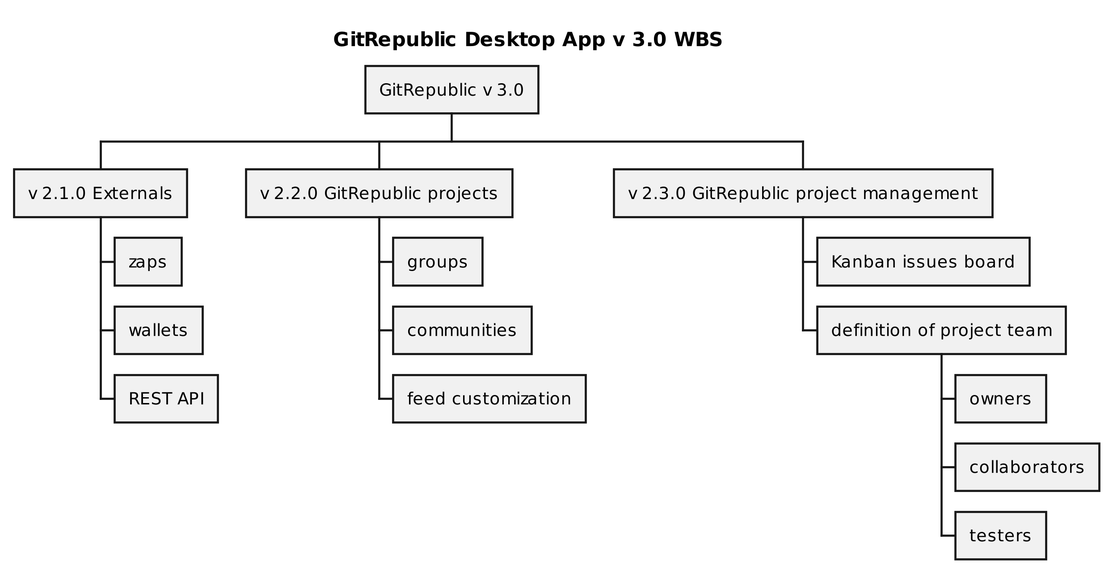
Before: plantUML/GitRepublic/GitRepublic_v3.png, a diagram exported from PlantUML (ShadowySupercode/gitcitadel). The source it was exported from:
```plantuml
@startwbs GitRepublic_v3.0_WBS

skinparam dpi 300
title GitRepublic Desktop App v 3.0 WBS

* GitRepublic v 3.0

** v 2.1.0 Externals
*** zaps
*** wallets
*** REST API

** v 2.2.0 GitRepublic projects
*** groups
*** communities
*** feed customization

** v 2.3.0 GitRepublic project management
*** Kanban issues board
*** definition of project team
**** owners
**** collaborators
**** testers

@endwbs
```
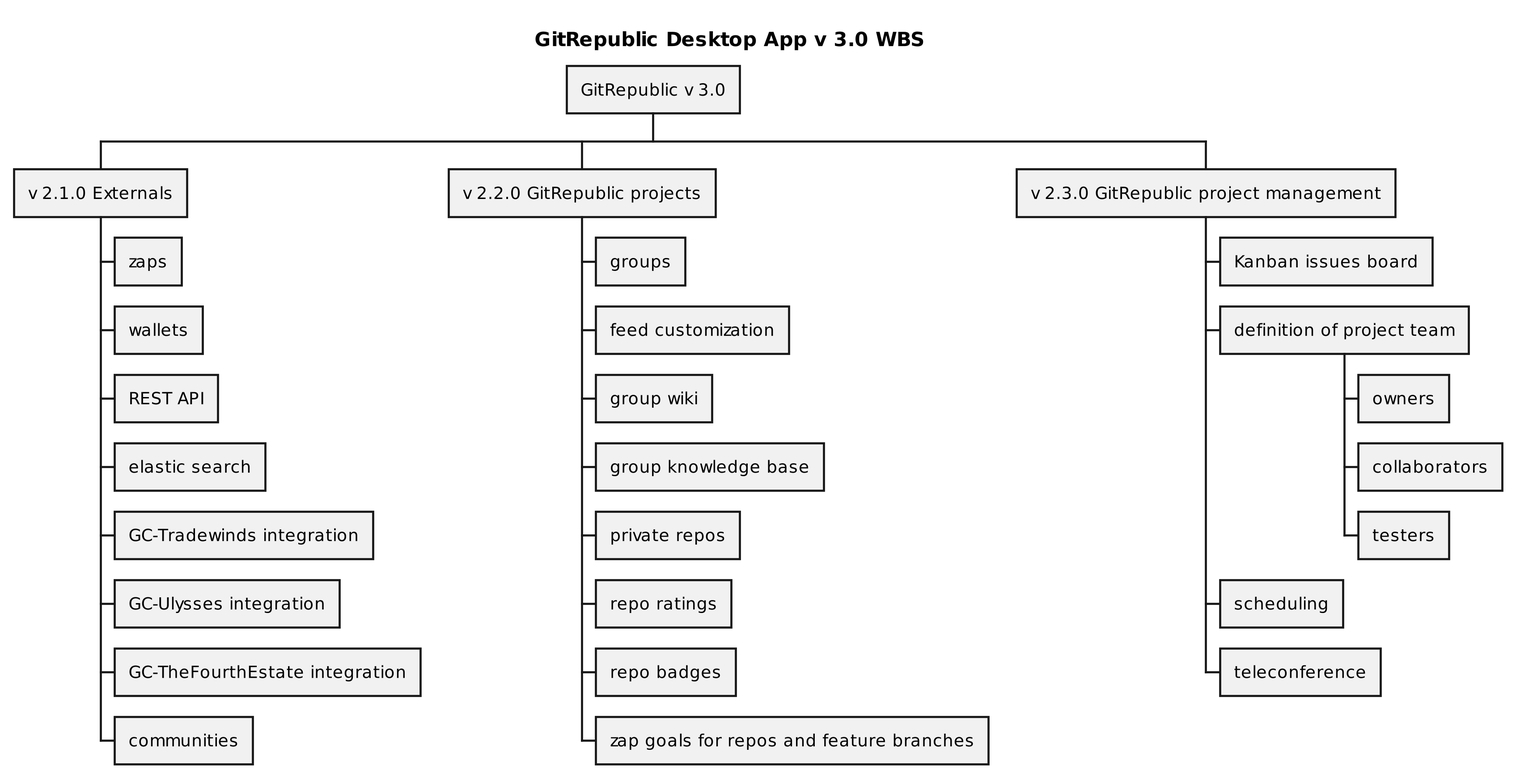
After the change.

What changed in the source:
```diff
@@ -9,11 +9,21 @@
 *** zaps
 *** wallets
 *** REST API
+*** elastic search
+*** GC-Tradewinds integration
+*** GC-Ulysses integration
+*** GC-TheFourthEstate integration
+*** communities
 
 ** v 2.2.0 GitRepublic projects
 *** groups
-*** communities
 *** feed customization
+*** group wiki
+*** group knowledge base
+*** private repos
+*** repo ratings
+*** repo badges
+*** zap goals for repos and feature branches
 
 ** v 2.3.0 GitRepublic project management
 *** Kanban issues board
@@ -21,5 +31,7 @@
 **** owners
 **** collaborators
 **** testers
+*** scheduling
+*** teleconference
 
 @endwbs
```
